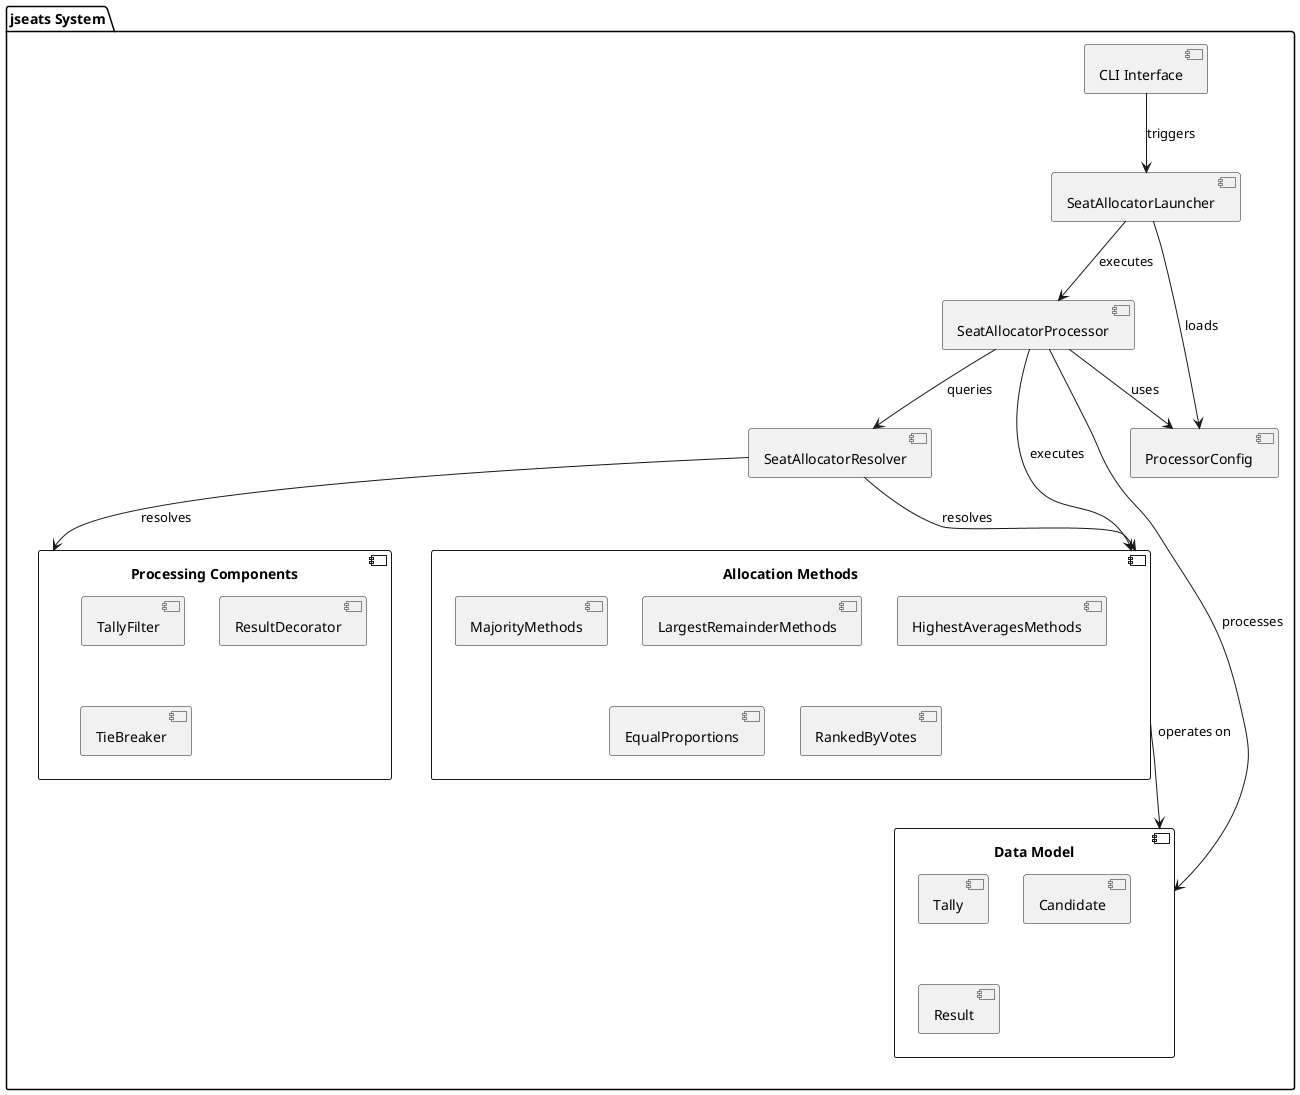
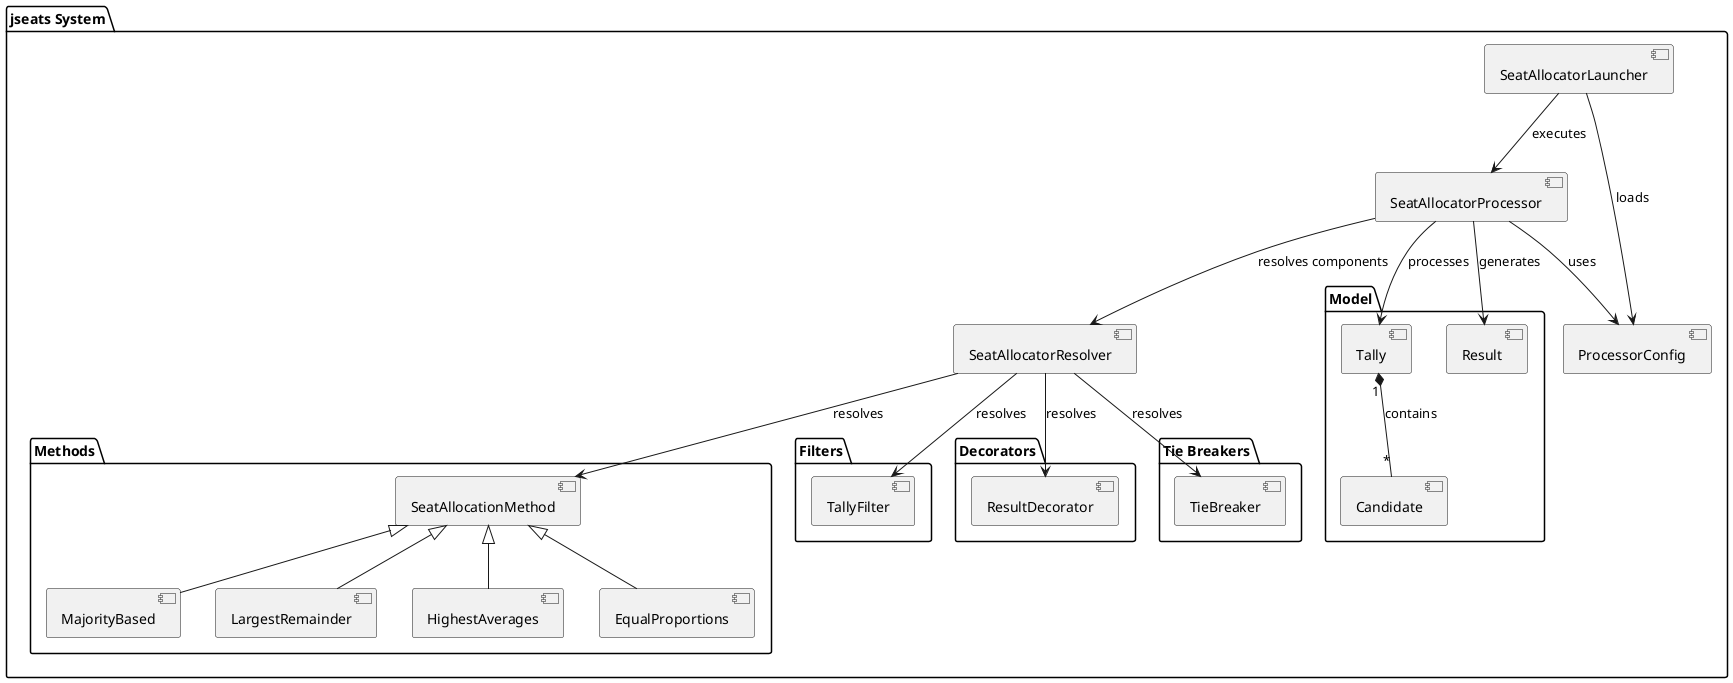
```plantuml
@startuml pau-minoves_jseats

package "jseats System" {
-     [CLI Interface] as cli
-     [SeatAllocatorLauncher] as launcher
-     [SeatAllocatorProcessor] as processor
-     [ProcessorConfig] as config
-     [SeatAllocatorResolver] as resolver
+     [SeatAllocatorLauncher] as Launcher
+     [SeatAllocatorProcessor] as Processor
+     [ProcessorConfig] as Config
+     [SeatAllocatorResolver] as Resolver

-     component "Allocation Methods" as methods {
-         [MajorityMethods]
-         [LargestRemainderMethods]
-         [HighestAveragesMethods]
-         [EqualProportions]
-         [RankedByVotes]
+     package "Model" {
+         [Tally] as Tally
+         [Candidate] as Candidate
+         [Result] as Result
    }

-     component "Processing Components" as processing {
-         [TallyFilter]
-         [ResultDecorator]
-         [TieBreaker]
+     package "Methods" {
+         [SeatAllocationMethod] as Method
+         [MajorityBased] as Majority
+         [LargestRemainder] as LR
+         [HighestAverages] as HA
+         [EqualProportions] as EP
    }

-     component "Data Model" as model {
-         [Tally]
-         [Candidate]
-         [Result]
+     package "Filters" {
+         [TallyFilter] as Filter
+     }
+ 
+     package "Decorators" {
+         [ResultDecorator] as Decorator
+     }
+ 
+     package "Tie Breakers" {
+         [TieBreaker] as TieBreaker
    }
}

- cli --> launcher : triggers
- launcher --> processor : executes
- launcher --> config : loads
- processor --> config : uses
- processor --> resolver : queries
- resolver --> methods : resolves
- resolver --> processing : resolves
- processor --> model : processes
- processor --> methods : executes
- methods --> model : operates on
+ Launcher --> Processor : executes
+ Launcher --> Config : loads
+ Processor --> Config : uses
+ Processor --> Resolver : resolves components
+ Processor --> Tally : processes
+ Processor --> Result : generates
+ 
+ Resolver --> Method : resolves
+ Resolver --> Filter : resolves
+ Resolver --> Decorator : resolves
+ Resolver --> TieBreaker : resolves
+ 
+ Method <|-- Majority
+ Method <|-- LR
+ Method <|-- HA
+ Method <|-- EP
+ 
+ Tally "1" *-- "*" Candidate : contains

@enduml
```